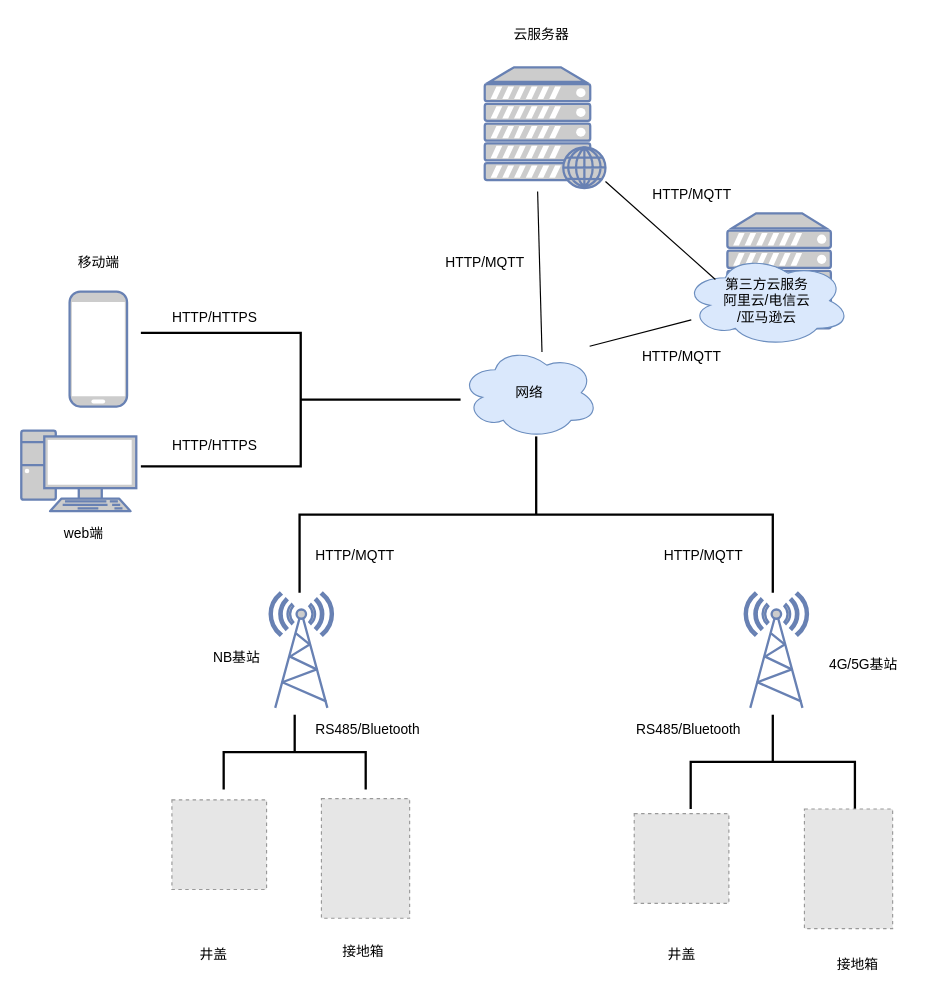
Earlier version of the draw.io diagram page "拓扑图" (1 of 5) of 模块.drawio (viking-wj/software). Source tidied: cells renumbered, new cells numbered last; positions are measured from the earlier drawing's top-left corner, leaving out a move shared by most shapes. Both pictures are drawn from the tidied source at 115%, with x=0, y=0 at pixel (21, 20). Pictures stored in the file or linked from it are replaced by grey dashed boxes.
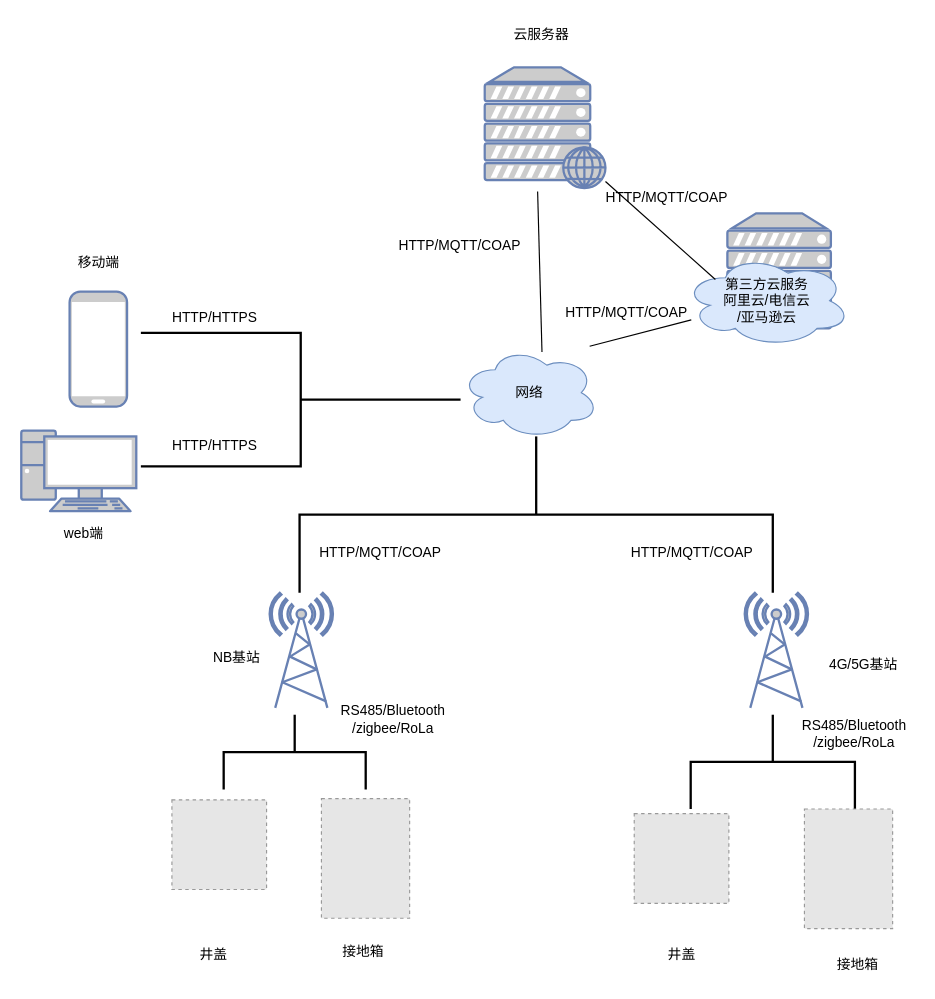
Above is the later version.

The edit, as a diff of the source:
```diff
@@
-    <mxCell id="21" value="HTTP/MQTT" style="text;html=1;align=center;verticalAlign=middle;strokeColor=none;fillColor=none;" parent="1" vertex="1">
-      <mxGeometry x="539" y="139" width="87" height="26" as="geometry" />
-    </mxCell>
@@
-    <mxCell id="27" value="HTTP/MQTT" style="text;html=1;align=center;verticalAlign=middle;strokeColor=none;fillColor=none;" parent="1" vertex="1">
-      <mxGeometry x="246" y="453" width="87" height="26" as="geometry" />
+    <mxCell id="27" value="HTTP/MQTT/COAP" style="text;html=1;align=center;verticalAlign=middle;strokeColor=none;fillColor=none;" parent="1" vertex="1">
+      <mxGeometry x="250" y="450" width="124" height="26" as="geometry" />
     </mxCell>
@@
-    <mxCell id="34" value="HTTP/MQTT" style="text;html=1;align=center;verticalAlign=middle;strokeColor=none;fillColor=none;" parent="1" vertex="1">
-      <mxGeometry x="549" y="453" width="87" height="26" as="geometry" />
-    </mxCell>
-    <mxCell id="35" value="HTTP/MQTT" style="text;html=1;align=center;verticalAlign=middle;strokeColor=none;fillColor=none;" parent="1" vertex="1">
-      <mxGeometry x="530.6" y="280" width="87" height="26" as="geometry" />
-    </mxCell>
-    <mxCell id="36" value="HTTP/MQTT" style="text;html=1;align=center;verticalAlign=middle;strokeColor=none;fillColor=none;" parent="1" vertex="1">
-      <mxGeometry x="359" y="198" width="87" height="26" as="geometry" />
-    </mxCell>
-    <mxCell id="37" value="RS485/Bluetooth" style="text;html=1;align=center;verticalAlign=middle;strokeColor=none;fillColor=none;" parent="1" vertex="1">
-      <mxGeometry x="246" y="604" width="109" height="26" as="geometry" />
+    <mxCell id="37" value="RS485/Bluetooth&lt;br&gt;/zigbee/RoLa" style="text;html=1;align=center;verticalAlign=middle;strokeColor=none;fillColor=none;" parent="1" vertex="1">
+      <mxGeometry x="268" y="587" width="109" height="41" as="geometry" />
     </mxCell>
-    <mxCell id="38" value="RS485/Bluetooth" style="text;html=1;align=center;verticalAlign=middle;strokeColor=none;fillColor=none;" parent="1" vertex="1">
-      <mxGeometry x="525" y="604" width="109" height="26" as="geometry" />
-    </mxCell>
+    <mxCell id="39" value="HTTP/MQTT/COAP" style="text;html=1;align=center;verticalAlign=middle;strokeColor=none;fillColor=none;" parent="1" vertex="1">
+      <mxGeometry x="520.5" y="450" width="124" height="26" as="geometry" />
+    </mxCell>
+    <mxCell id="40" value="HTTP/MQTT/COAP" style="text;html=1;align=center;verticalAlign=middle;strokeColor=none;fillColor=none;" parent="1" vertex="1">
+      <mxGeometry x="319" y="183" width="124" height="26" as="geometry" />
+    </mxCell>
+    <mxCell id="41" value="HTTP/MQTT/COAP" style="text;html=1;align=center;verticalAlign=middle;strokeColor=none;fillColor=none;" parent="1" vertex="1">
+      <mxGeometry x="499" y="142" width="124" height="26" as="geometry" />
+    </mxCell>
+    <mxCell id="42" value="HTTP/MQTT/COAP" style="text;html=1;align=center;verticalAlign=middle;strokeColor=none;fillColor=none;" parent="1" vertex="1">
+      <mxGeometry x="464" y="242" width="124" height="26" as="geometry" />
+    </mxCell>
+    <mxCell id="43" value="RS485/Bluetooth&lt;br&gt;/zigbee/RoLa" style="text;html=1;align=center;verticalAlign=middle;strokeColor=none;fillColor=none;" parent="1" vertex="1">
+      <mxGeometry x="669" y="600" width="109" height="41" as="geometry" />
+    </mxCell>
```
